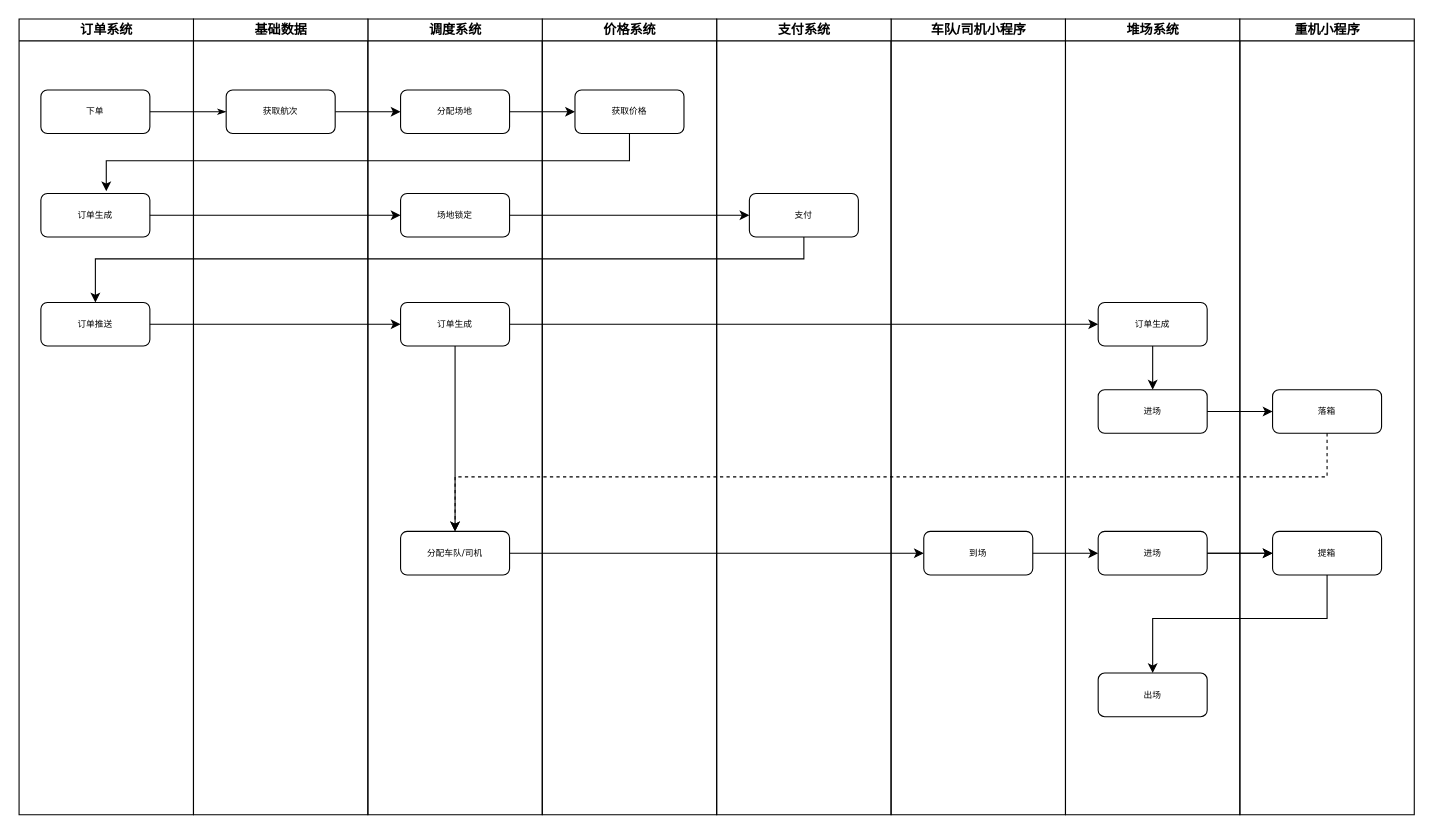
Earlier version of the draw.io diagram 落集订单.drawio (zskcrazy/-flow-chart). Source tidied: cells renumbered, new cells numbered last; positions are measured from the earlier drawing's top-left corner, leaving out a move shared by most shapes. Both pictures are drawn from the tidied source at 109%, with x=0, y=0 at pixel (19, 19).
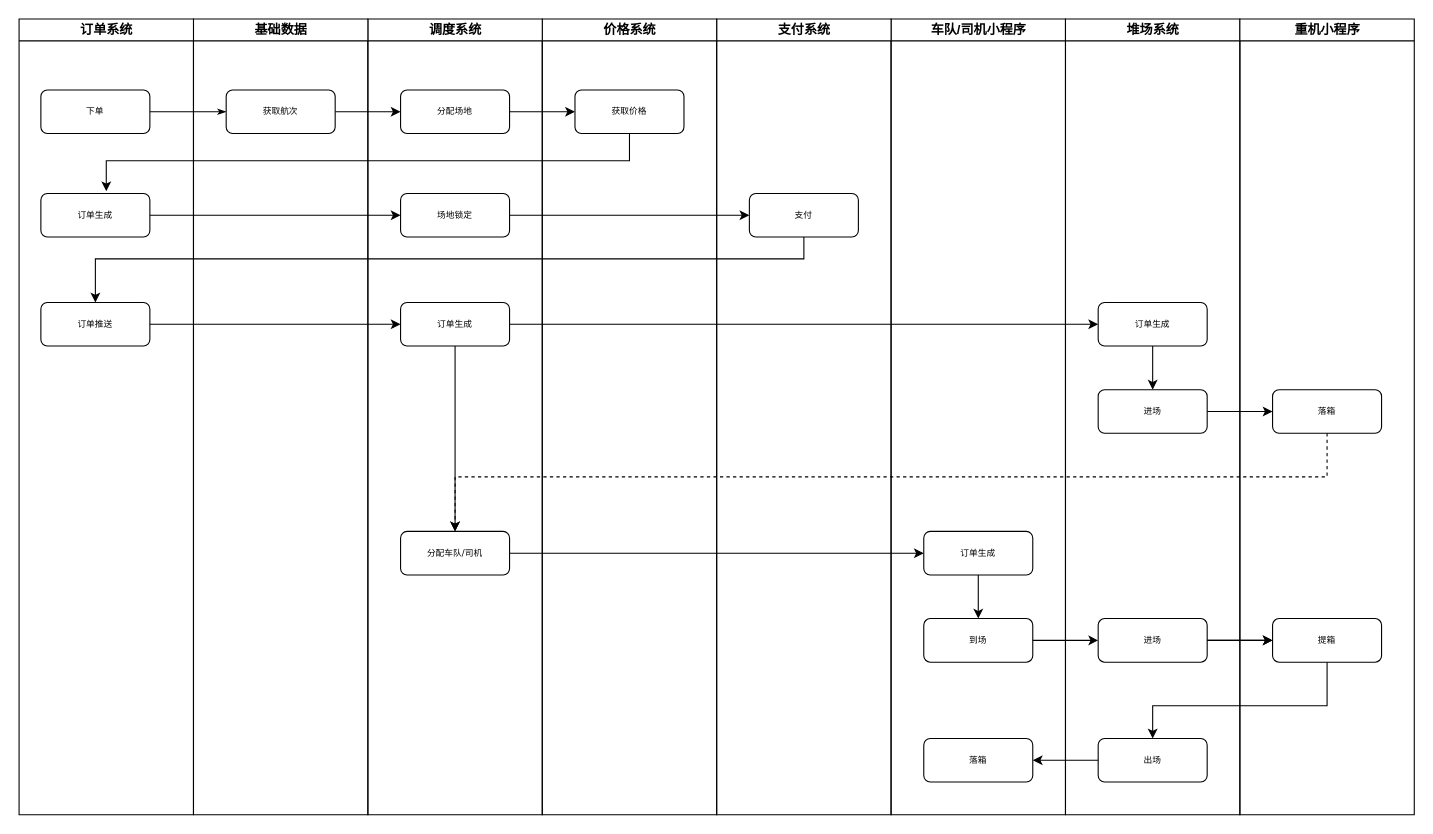
Above is the later version.

Commit message:
更新落集订单.drawio

Unchanged cells that the change refers to:
```xml
<mxCell id="2" value="车队/司机小程序" style="swimlane;html=1;startSize=20;" parent="1" vertex="1">
  <mxGeometry x="800" width="160" height="730" as="geometry" />
</mxCell>
<mxCell id="22" value="堆场系统" style="swimlane;html=1;startSize=20;" parent="1" vertex="1">
  <mxGeometry x="960" width="160" height="730" as="geometry" />
</mxCell>
<mxCell id="28" value="重机小程序" style="swimlane;html=1;startSize=20;" parent="1" vertex="1">
  <mxGeometry x="1120" width="160" height="730" as="geometry" />
</mxCell>
```

Diff of the diagram source:
```diff
@@
+    <mxCell id="45" style="edgeStyle=orthogonalEdgeStyle;rounded=0;jettySize=auto;html=1;" parent="2" edge="1" source="3" target="47">
+      <mxGeometry relative="1" as="geometry" />
+    </mxCell>
-    <mxCell id="3" value="到场" style="rounded=1;whiteSpace=wrap;html=1;shadow=0;labelBackgroundColor=none;strokeWidth=1;fontFamily=Verdana;fontSize=8;align=center;" parent="2" vertex="1">
+    <mxCell id="3" value="订单生成" style="rounded=1;whiteSpace=wrap;html=1;shadow=0;labelBackgroundColor=none;strokeWidth=1;fontFamily=Verdana;fontSize=8;align=center;" parent="2" vertex="1">
       <mxGeometry x="30" y="470" width="100" height="40" as="geometry" />
     </mxCell>
+    <mxCell id="46" value="落箱" style="rounded=1;whiteSpace=wrap;html=1;shadow=0;labelBackgroundColor=none;strokeWidth=1;fontFamily=Verdana;fontSize=8;align=center;" parent="2" vertex="1">
+      <mxGeometry x="30" y="660" width="100" height="40" as="geometry" />
+    </mxCell>
+    <mxCell id="47" value="到场" style="rounded=1;whiteSpace=wrap;html=1;shadow=0;labelBackgroundColor=none;strokeWidth=1;fontFamily=Verdana;fontSize=8;align=center;" parent="2" vertex="1">
+      <mxGeometry x="30" y="550" width="100" height="40" as="geometry" />
+    </mxCell>
@@
     <mxCell id="23" value="进场" style="rounded=1;whiteSpace=wrap;html=1;shadow=0;labelBackgroundColor=none;strokeWidth=1;fontFamily=Verdana;fontSize=8;align=center;" parent="22" vertex="1">
-      <mxGeometry x="30" y="470" width="100" height="40" as="geometry" />
+      <mxGeometry x="30" y="550" width="100" height="40" as="geometry" />
     </mxCell>
@@
     <mxCell id="27" value="出场" style="rounded=1;whiteSpace=wrap;html=1;shadow=0;labelBackgroundColor=none;strokeWidth=1;fontFamily=Verdana;fontSize=8;align=center;" parent="22" vertex="1">
-      <mxGeometry x="30" y="600" width="100" height="40" as="geometry" />
+      <mxGeometry x="30" y="660" width="100" height="40" as="geometry" />
     </mxCell>
@@
     <mxCell id="30" value="提箱" style="rounded=1;whiteSpace=wrap;html=1;shadow=0;labelBackgroundColor=none;strokeWidth=1;fontFamily=Verdana;fontSize=8;align=center;" parent="28" vertex="1">
-      <mxGeometry x="30" y="470" width="100" height="40" as="geometry" />
+      <mxGeometry x="30" y="550" width="100" height="40" as="geometry" />
     </mxCell>
@@
-    <mxCell id="38" style="edgeStyle=orthogonalEdgeStyle;rounded=0;jettySize=auto;html=1;" parent="1" edge="1" source="3" target="23">
-      <mxGeometry relative="1" as="geometry" />
-    </mxCell>
@@
     <mxCell id="40" style="edgeStyle=orthogonalEdgeStyle;rounded=0;jettySize=auto;html=1;" parent="1" edge="1" source="30" target="27">
       <mxGeometry relative="1" as="geometry">
         <Array as="points">
-          <mxPoint x="1200" y="550" />
-          <mxPoint x="1040" y="550" />
+          <mxPoint x="1200" y="630" />
+          <mxPoint x="1040" y="630" />
         </Array>
       </mxGeometry>
     </mxCell>
@@
+    <mxCell id="48" style="edgeStyle=orthogonalEdgeStyle;rounded=0;jettySize=auto;html=1;" parent="1" edge="1" source="27" target="46">
+      <mxGeometry relative="1" as="geometry" />
+    </mxCell>
+    <mxCell id="49" style="edgeStyle=orthogonalEdgeStyle;rounded=0;jettySize=auto;html=1;" parent="1" edge="1" source="47" target="23">
+      <mxGeometry relative="1" as="geometry" />
+    </mxCell>
```
